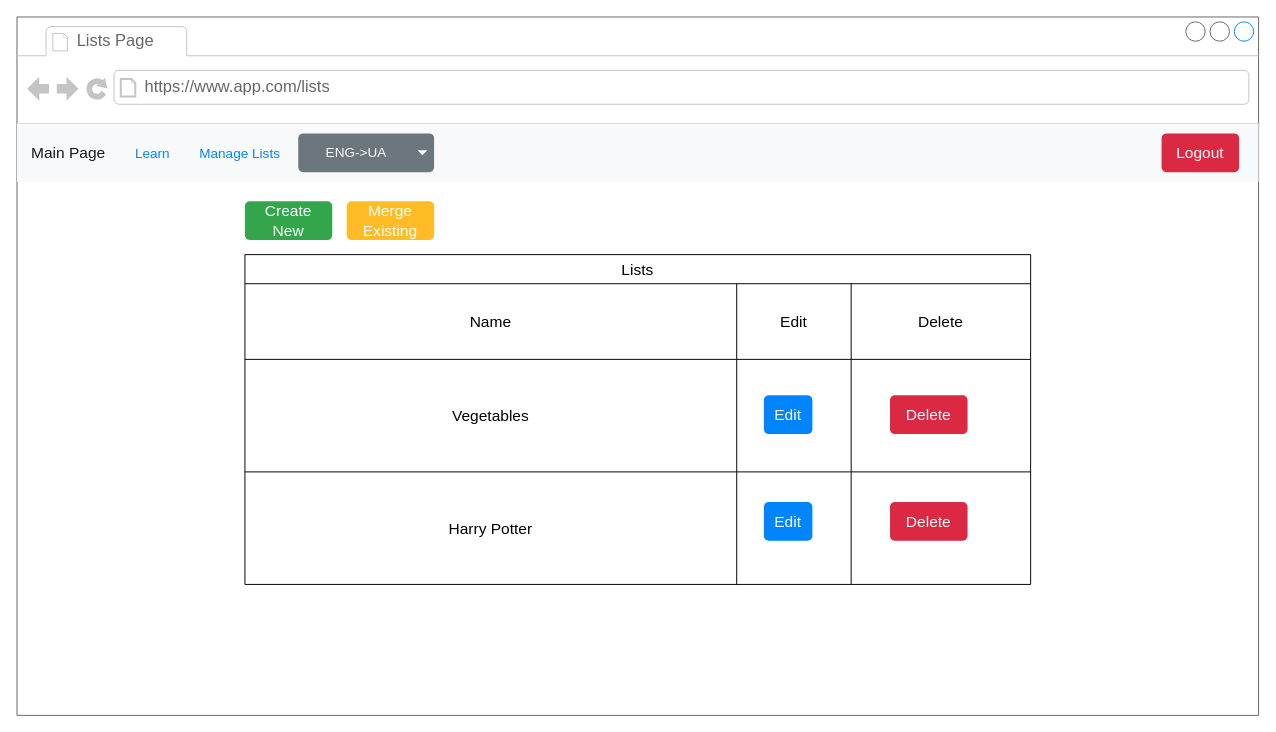
This is page "Lists Page" (6 of 8) of Docs/UI_Design.drawio from sanyokkua/learn_own_dictionary, a draw.io file, before an edit. Source tidied: cells renumbered, new cells numbered last; positions are measured from the earlier drawing's top-left corner, leaving out a move shared by most shapes. Both pictures are drawn from the tidied source at 97%, with x=0, y=0 at pixel (16, 16).
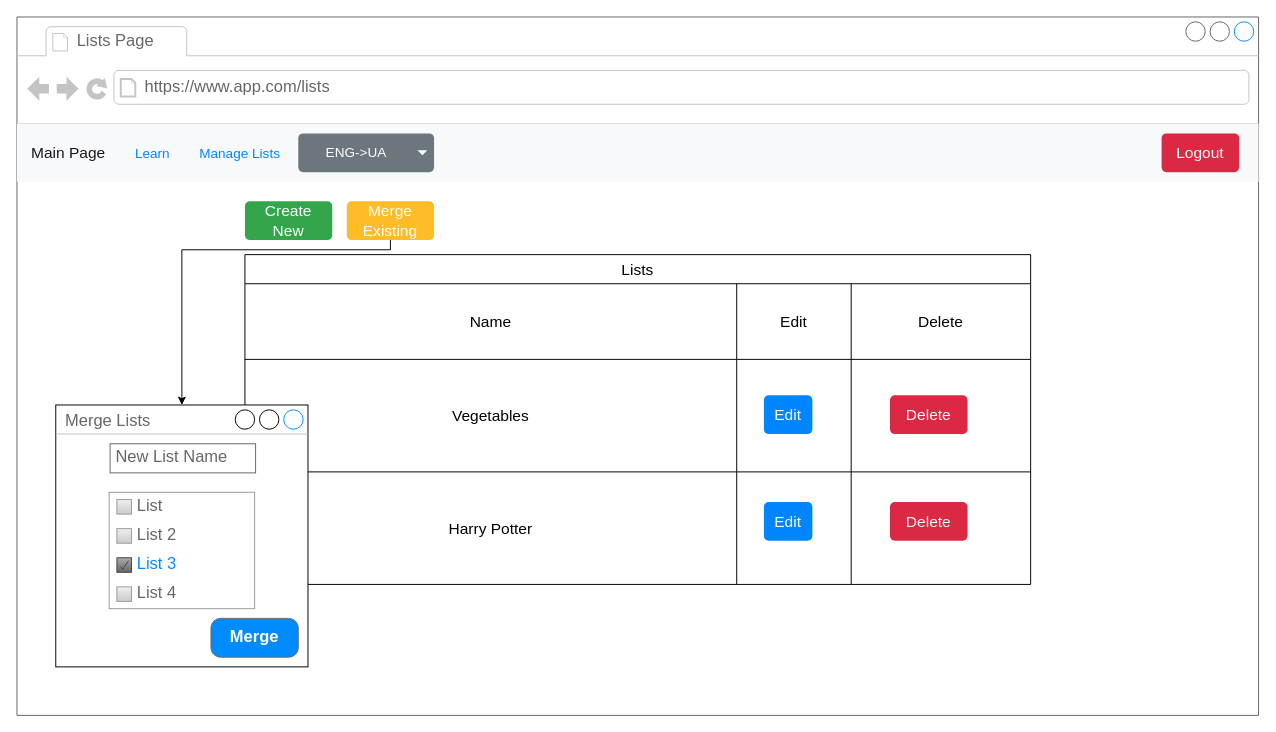
After the change.

Unchanged cells that the change refers to:
```xml
<mxCell id="2" style="strokeWidth=1;shadow=0;dashed=0;align=center;html=1;shape=mxgraph.mockup.containers.browserWindow;rSize=0;strokeColor=#666666;strokeColor2=#008cff;strokeColor3=#c4c4c4;mainText=,;" parent="1" vertex="1">
  <mxGeometry width="1280" height="720" as="geometry" />
</mxCell>
<mxCell id="29" value="Merge Existing" style="html=1;shadow=0;dashed=0;shape=mxgraph.bootstrap.rrect;rSize=5;strokeColor=none;strokeWidth=1;fillColor=#FFBC26;fontColor=#FFFFFF;whiteSpace=wrap;align=center;verticalAlign=middle;spacingLeft=0;fontStyle=0;fontSize=16;spacing=5;rounded=0;comic=0;sketch=0;" parent="2" vertex="1">
  <mxGeometry x="340" y="190" width="90" height="40" as="geometry" />
</mxCell>
```

The edit, as a diff of the source:
```diff
@@
+    <mxCell id="30" style="group;" parent="2" vertex="1">
+      <mxGeometry x="40" y="400" width="260" height="270" as="geometry" />
+    </mxCell>
+    <mxCell id="31" value="Merge Lists" style="strokeWidth=1;shadow=0;dashed=0;align=center;html=1;shape=mxgraph.mockup.containers.window;align=left;verticalAlign=top;spacingLeft=8;strokeColor2=#008cff;strokeColor3=#c4c4c4;fontColor=#666666;mainText=;fontSize=17;labelBackgroundColor=none;" parent="30" vertex="1">
+      <mxGeometry width="260" height="270" as="geometry" />
+    </mxCell>
+    <mxCell id="32" style="strokeWidth=1;shadow=0;dashed=0;align=center;html=1;shape=mxgraph.mockup.forms.rrect;rSize=0;strokeColor=#999999;fillColor=#ffffff;fontSize=18;" parent="30" vertex="1">
+      <mxGeometry x="55" y="90" width="150" height="120" as="geometry" />
+    </mxCell>
+    <mxCell id="33" value="List" style="strokeWidth=1;shadow=0;dashed=0;align=center;html=1;shape=mxgraph.mockup.forms.rrect;rSize=0;fillColor=#eeeeee;strokeColor=#999999;gradientColor=#cccccc;align=left;spacingLeft=4;fontSize=17;fontColor=#666666;labelPosition=right;" parent="32" vertex="1">
+      <mxGeometry x="8" y="7.5" width="15" height="15" as="geometry" />
+    </mxCell>
+    <mxCell id="34" value="List 2" style="strokeWidth=1;shadow=0;dashed=0;align=center;html=1;shape=mxgraph.mockup.forms.rrect;rSize=0;fillColor=#eeeeee;strokeColor=#999999;gradientColor=#cccccc;align=left;spacingLeft=4;fontSize=17;fontColor=#666666;labelPosition=right;" parent="32" vertex="1">
+      <mxGeometry x="8" y="37.5" width="15" height="15" as="geometry" />
+    </mxCell>
+    <mxCell id="35" value="List 3" style="strokeWidth=1;shadow=0;dashed=0;align=center;html=1;shape=mxgraph.mockup.forms.checkbox;rSize=0;fillColor=#aaaaaa;strokeColor=#444444;gradientColor=#666666;align=left;spacingLeft=4;fontSize=17;fontColor=#008cff;labelPosition=right;" parent="32" vertex="1">
+      <mxGeometry x="8" y="67.5" width="15" height="15" as="geometry" />
+    </mxCell>
+    <mxCell id="36" value="List 4" style="strokeWidth=1;shadow=0;dashed=0;align=center;html=1;shape=mxgraph.mockup.forms.rrect;rSize=0;fillColor=#eeeeee;strokeColor=#999999;gradientColor=#cccccc;align=left;spacingLeft=4;fontSize=17;fontColor=#666666;labelPosition=right;" parent="32" vertex="1">
+      <mxGeometry x="8" y="97.5" width="15" height="15" as="geometry" />
+    </mxCell>
+    <mxCell id="37" value="Merge" style="strokeWidth=1;shadow=0;dashed=0;align=center;html=1;shape=mxgraph.mockup.buttons.button;strokeColor=#666666;fontColor=#ffffff;mainText=;buttonStyle=round;fontSize=17;fontStyle=1;fillColor=#008cff;whiteSpace=wrap;" parent="30" vertex="1">
+      <mxGeometry x="160" y="220" width="90" height="40" as="geometry" />
+    </mxCell>
+    <mxCell id="38" value="New List Name" style="strokeWidth=1;shadow=0;dashed=0;align=center;html=1;shape=mxgraph.mockup.text.textBox;fontColor=#666666;align=left;fontSize=17;spacingLeft=4;spacingTop=-3;strokeColor=#666666;mainText=;" parent="30" vertex="1">
+      <mxGeometry x="56" y="40" width="150" height="30" as="geometry" />
+    </mxCell>
+    <mxCell id="39" style="edgeStyle=orthogonalEdgeStyle;rounded=0;jettySize=auto;html=1;fontSize=18;" parent="2" edge="1" source="29" target="31">
+      <mxGeometry relative="1" as="geometry">
+        <Array as="points">
+          <mxPoint x="385" y="240" />
+          <mxPoint x="170" y="240" />
+        </Array>
+      </mxGeometry>
+    </mxCell>
```
